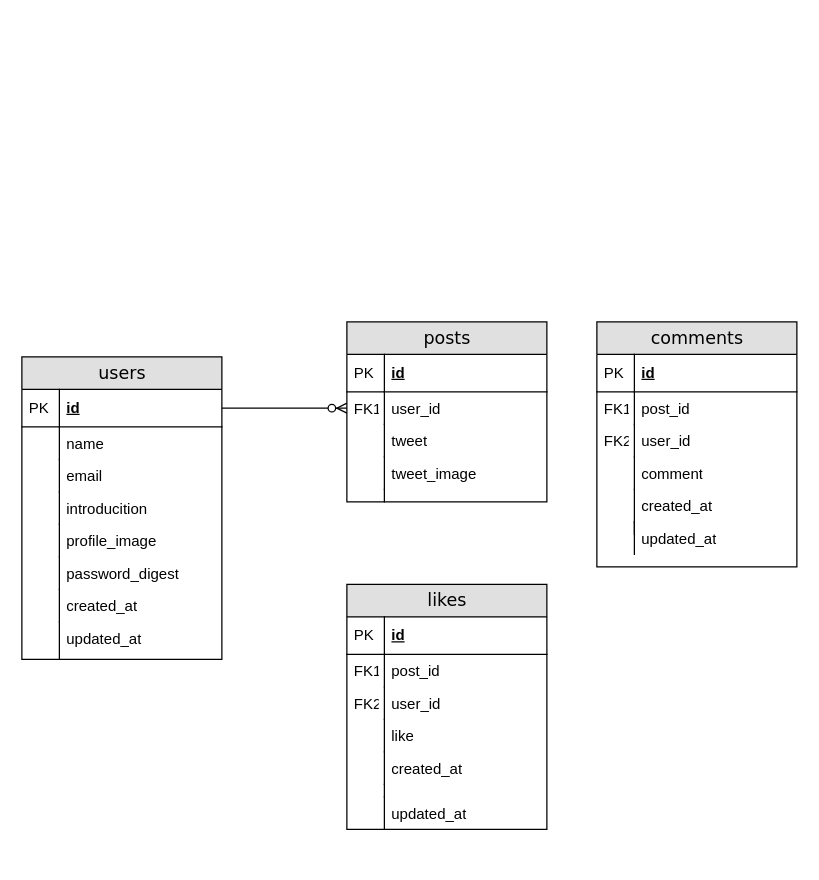
Above: 0129_テーブル設計.drawio in Masashi0411/til (draw.io), before the change. Source tidied: cells renumbered, new cells numbered last; positions are measured from the earlier drawing's top-left corner, leaving out a move shared by most shapes. Both pictures are drawn from the tidied source at 125%, with x=0, y=0 at pixel (21, 321).
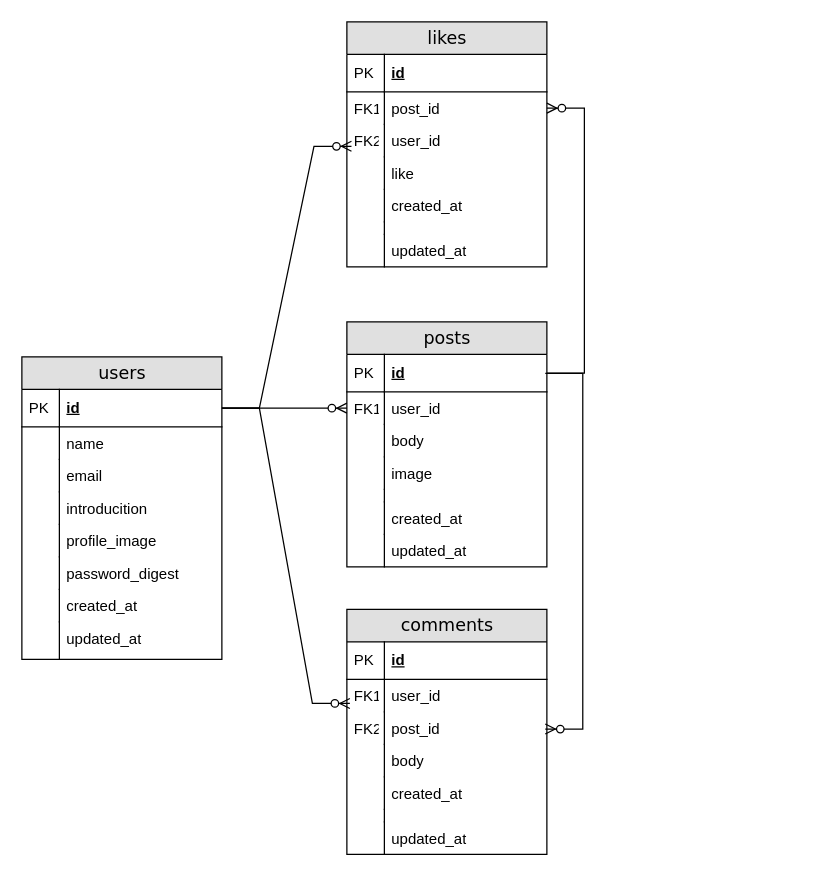
The same diagram, later.

Commit message:
0129_テーブル設計.drawio を更新します

Unchanged cells that the change refers to:
```xml
<mxCell id="3" value="id" style="shape=partialRectangle;top=0;left=0;right=0;bottom=1;html=1;align=left;verticalAlign=middle;fillColor=none;spacingLeft=34;spacingRight=4;whiteSpace=wrap;overflow=hidden;points=[[0,0.5],[1,0.5]];portConstraint=eastwest;fontStyle=5;" parent="2" vertex="1">
  <mxGeometry y="26" width="160" height="30" as="geometry" />
</mxCell>
<mxCell id="14" value="id" style="shape=partialRectangle;top=0;left=0;right=0;bottom=1;html=1;align=left;verticalAlign=middle;fillColor=none;spacingLeft=34;spacingRight=4;whiteSpace=wrap;overflow=hidden;points=[[0,0.5],[1,0.5]];portConstraint=eastwest;fontStyle=5;" parent="13" vertex="1">
  <mxGeometry y="26" width="160" height="30" as="geometry" />
</mxCell>
<mxCell id="49" value="post_id" style="shape=partialRectangle;top=0;left=0;right=0;bottom=0;html=1;align=left;verticalAlign=top;fillColor=none;spacingLeft=34;spacingRight=4;whiteSpace=wrap;overflow=hidden;points=[[0,0.5],[1,0.5]];portConstraint=eastwest;" parent="46" vertex="1">
  <mxGeometry y="56" width="160" height="26" as="geometry" />
</mxCell>
<mxCell id="51" value="user_id" style="shape=partialRectangle;top=0;left=0;right=0;bottom=0;html=1;align=left;verticalAlign=top;fillColor=none;spacingLeft=34;spacingRight=4;whiteSpace=wrap;overflow=hidden;points=[[0,0.5],[1,0.5]];portConstraint=eastwest;" parent="46" vertex="1">
  <mxGeometry y="82" width="160" height="26" as="geometry" />
</mxCell>
```

Change to the diagram source:
```diff
@@
     <mxCell id="2" value="posts" style="swimlane;html=1;fontStyle=0;horizontal=1;startSize=26;fillColor=#e0e0e0;swimlaneFillColor=#ffffff;align=center;rounded=0;shadow=0;comic=0;labelBackgroundColor=none;strokeWidth=1;fontFamily=Verdana;fontSize=14;" parent="1" vertex="1">
-      <mxGeometry x="260" width="160" height="144" as="geometry" />
+      <mxGeometry x="260" width="160" height="196" as="geometry" />
     </mxCell>
@@
-    <mxCell id="7" value="tweet" style="shape=partialRectangle;top=0;left=0;right=0;bottom=0;html=1;align=left;verticalAlign=top;fillColor=none;spacingLeft=34;spacingRight=4;whiteSpace=wrap;overflow=hidden;" parent="2" vertex="1">
+    <mxCell id="7" value="body" style="shape=partialRectangle;top=0;left=0;right=0;bottom=0;html=1;align=left;verticalAlign=top;fillColor=none;spacingLeft=34;spacingRight=4;whiteSpace=wrap;overflow=hidden;" parent="2" vertex="1">
       <mxGeometry y="82" width="160" height="26" as="geometry" />
     </mxCell>
@@
-    <mxCell id="9" value="tweet_image" style="shape=partialRectangle;top=0;left=0;right=0;bottom=0;html=1;align=left;verticalAlign=top;fillColor=none;spacingLeft=34;spacingRight=4;whiteSpace=wrap;overflow=hidden;" parent="2" vertex="1">
+    <mxCell id="9" value="image" style="shape=partialRectangle;top=0;left=0;right=0;bottom=0;html=1;align=left;verticalAlign=top;fillColor=none;spacingLeft=34;spacingRight=4;whiteSpace=wrap;overflow=hidden;" parent="2" vertex="1">
       <mxGeometry y="108" width="160" height="26" as="geometry" />
     </mxCell>
@@
+    <mxCell id="61" value="created_at" style="shape=partialRectangle;top=0;left=0;right=0;bottom=0;html=1;align=left;verticalAlign=top;fillColor=none;spacingLeft=34;spacingRight=4;whiteSpace=wrap;overflow=hidden;" parent="2" vertex="1">
+      <mxGeometry y="144" width="160" height="26" as="geometry" />
+    </mxCell>
+    <mxCell id="62" style="shape=partialRectangle;top=0;left=0;bottom=0;html=1;fillColor=none;align=left;verticalAlign=top;spacingLeft=4;spacingRight=4;whiteSpace=wrap;overflow=hidden;" parent="61" vertex="1">
+      <mxGeometry width="30" height="26" as="geometry" />
+    </mxCell>
+    <mxCell id="63" value="updated_at" style="shape=partialRectangle;top=0;left=0;right=0;bottom=0;html=1;align=left;verticalAlign=top;fillColor=none;spacingLeft=34;spacingRight=4;whiteSpace=wrap;overflow=hidden;" parent="2" vertex="1">
+      <mxGeometry y="170" width="160" height="26" as="geometry" />
+    </mxCell>
+    <mxCell id="64" style="shape=partialRectangle;top=0;left=0;bottom=0;html=1;fillColor=none;align=left;verticalAlign=top;spacingLeft=4;spacingRight=4;whiteSpace=wrap;overflow=hidden;" parent="63" vertex="1">
+      <mxGeometry width="30" height="26" as="geometry" />
+    </mxCell>
@@
     <mxCell id="31" value="comments" style="swimlane;html=1;fontStyle=0;horizontal=1;startSize=26;fillColor=#e0e0e0;swimlaneFillColor=#ffffff;align=center;rounded=0;shadow=0;comic=0;labelBackgroundColor=none;strokeWidth=1;fontFamily=Verdana;fontSize=14;" parent="1" vertex="1">
-      <mxGeometry x="460" width="160" height="196" as="geometry" />
+      <mxGeometry x="260" y="230" width="160" height="196" as="geometry" />
     </mxCell>
@@
-    <mxCell id="34" value="post_id" style="shape=partialRectangle;top=0;left=0;right=0;bottom=0;html=1;align=left;verticalAlign=top;fillColor=none;spacingLeft=34;spacingRight=4;whiteSpace=wrap;overflow=hidden;points=[[0,0.5],[1,0.5]];portConstraint=eastwest;" parent="31" vertex="1">
+    <mxCell id="34" value="user_id" style="shape=partialRectangle;top=0;left=0;right=0;bottom=0;html=1;align=left;verticalAlign=top;fillColor=none;spacingLeft=34;spacingRight=4;whiteSpace=wrap;overflow=hidden;points=[[0,0.5],[1,0.5]];portConstraint=eastwest;" parent="31" vertex="1">
       <mxGeometry y="56" width="160" height="26" as="geometry" />
     </mxCell>
@@
-    <mxCell id="36" value="user_id" style="shape=partialRectangle;top=0;left=0;right=0;bottom=0;html=1;align=left;verticalAlign=top;fillColor=none;spacingLeft=34;spacingRight=4;whiteSpace=wrap;overflow=hidden;points=[[0,0.5],[1,0.5]];portConstraint=eastwest;" parent="31" vertex="1">
+    <mxCell id="36" value="post_id" style="shape=partialRectangle;top=0;left=0;right=0;bottom=0;html=1;align=left;verticalAlign=top;fillColor=none;spacingLeft=34;spacingRight=4;whiteSpace=wrap;overflow=hidden;points=[[0,0.5],[1,0.5]];portConstraint=eastwest;" parent="31" vertex="1">
       <mxGeometry y="82" width="160" height="26" as="geometry" />
     </mxCell>
@@
-    <mxCell id="38" value="comment" style="shape=partialRectangle;top=0;left=0;right=0;bottom=0;html=1;align=left;verticalAlign=top;fillColor=none;spacingLeft=34;spacingRight=4;whiteSpace=wrap;overflow=hidden;" parent="31" vertex="1">
+    <mxCell id="38" value="body" style="shape=partialRectangle;top=0;left=0;right=0;bottom=0;html=1;align=left;verticalAlign=top;fillColor=none;spacingLeft=34;spacingRight=4;whiteSpace=wrap;overflow=hidden;" parent="31" vertex="1">
       <mxGeometry y="108" width="160" height="26" as="geometry" />
     </mxCell>
@@
-    <mxCell id="44" value="updated_at" style="shape=partialRectangle;top=0;left=0;right=0;bottom=0;html=1;align=left;verticalAlign=top;fillColor=none;spacingLeft=34;spacingRight=4;whiteSpace=wrap;overflow=hidden;" parent="1" vertex="1">
-      <mxGeometry x="460" y="160" width="160" height="26" as="geometry" />
+    <mxCell id="44" value="updated_at" style="shape=partialRectangle;top=0;left=0;right=0;bottom=0;html=1;align=left;verticalAlign=top;fillColor=none;spacingLeft=34;spacingRight=4;whiteSpace=wrap;overflow=hidden;" parent="31" vertex="1">
+      <mxGeometry y="170" width="160" height="26" as="geometry" />
     </mxCell>
@@
     <mxCell id="46" value="likes" style="swimlane;html=1;fontStyle=0;horizontal=1;startSize=26;fillColor=#e0e0e0;swimlaneFillColor=#ffffff;align=center;rounded=0;shadow=0;comic=0;labelBackgroundColor=none;strokeWidth=1;fontFamily=Verdana;fontSize=14;" parent="1" vertex="1">
-      <mxGeometry x="260" y="210" width="160" height="196" as="geometry" />
+      <mxGeometry x="260" y="-240" width="160" height="196" as="geometry" />
     </mxCell>
@@
+    <mxCell id="65" style="edgeStyle=entityRelationEdgeStyle;fontSize=12;html=1;endArrow=ERzeroToMany;endFill=1;rounded=0;entryX=0.023;entryY=0.675;entryDx=0;entryDy=0;entryPerimeter=0;exitX=1;exitY=0.5;exitDx=0;exitDy=0;" parent="1" edge="1" source="14" target="51">
+      <mxGeometry relative="1" as="geometry" />
+    </mxCell>
+    <mxCell id="66" style="edgeStyle=entityRelationEdgeStyle;fontSize=12;html=1;endArrow=ERzeroToMany;endFill=1;rounded=0;" parent="1" edge="1" source="3" target="49">
+      <mxGeometry relative="1" as="geometry" />
+    </mxCell>
+    <mxCell id="67" style="edgeStyle=entityRelationEdgeStyle;fontSize=12;html=1;endArrow=ERzeroToMany;endFill=1;rounded=0;exitX=0.992;exitY=0.509;exitDx=0;exitDy=0;exitPerimeter=0;entryX=0.992;entryY=0.529;entryDx=0;entryDy=0;entryPerimeter=0;" parent="1" edge="1" source="3" target="36">
+      <mxGeometry relative="1" as="geometry" />
+    </mxCell>
+    <mxCell id="68" style="edgeStyle=entityRelationEdgeStyle;fontSize=12;html=1;endArrow=ERzeroToMany;endFill=1;rounded=0;exitX=1;exitY=0.5;exitDx=0;exitDy=0;entryX=0.015;entryY=0.741;entryDx=0;entryDy=0;entryPerimeter=0;" parent="1" edge="1" source="14" target="34">
+      <mxGeometry relative="1" as="geometry">
+        <Array as="points">
+          <mxPoint x="340" y="-80" />
+          <mxPoint x="330" y="160" />
+          <mxPoint x="480" y="-30" />
+        </Array>
+      </mxGeometry>
+    </mxCell>
```
